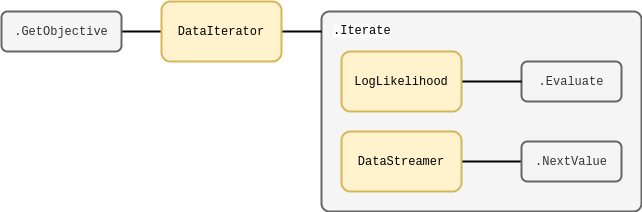
Before: images/chapter-4-learnadex-data-iterator.drawio.png, a diagram exported from draw.io (umbralcalc/worlds-of-observation). Source tidied: cells renumbered, new cells last; positions are measured from the earlier drawing's top-left corner, leaving out a move shared by most shapes.
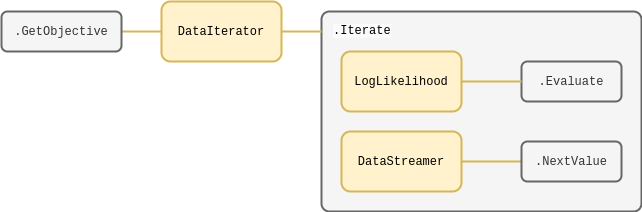
The same file after the commit.

Commit message:
work in progress extending the last bits of chapter 1

Diff of the diagram source:
```diff
@@ -5,10 +5,10 @@
     <mxCell id="2" style="rounded=1;whiteSpace=wrap;html=1;strokeWidth=2;direction=east;arcSize=4;fillColor=#f5f5f5;fontColor=#333333;strokeColor=#666666;" parent="1" vertex="1">
       <mxGeometry x="320" y="10" width="320" height="200" as="geometry" />
     </mxCell>
-    <mxCell id="3" style="edgeStyle=orthogonalEdgeStyle;rounded=0;jettySize=auto;html=1;strokeWidth=2;endArrow=none;endFill=0;" parent="1" edge="1" source="5" target="6">
+    <mxCell id="3" style="edgeStyle=orthogonalEdgeStyle;rounded=0;jettySize=auto;html=1;strokeWidth=2;endArrow=none;endFill=0;fillColor=#fff2cc;strokeColor=#d6b656;" parent="1" edge="1" source="5" target="6">
       <mxGeometry relative="1" as="geometry" />
     </mxCell>
-    <mxCell id="4" style="edgeStyle=orthogonalEdgeStyle;rounded=0;jettySize=auto;html=1;strokeWidth=2;endArrow=none;endFill=0;" parent="1" edge="1" source="5">
+    <mxCell id="4" style="edgeStyle=orthogonalEdgeStyle;rounded=0;jettySize=auto;html=1;strokeWidth=2;endArrow=none;endFill=0;fillColor=#fff2cc;strokeColor=#d6b656;" parent="1" edge="1" source="5">
       <mxGeometry relative="1" as="geometry">
         <mxPoint x="320" y="30" as="targetPoint" />
       </mxGeometry>
@@ -22,13 +22,13 @@
     <mxCell id="7" value="&lt;font face=&quot;Courier New&quot;&gt;.Evaluate&lt;/font&gt;" style="rounded=1;whiteSpace=wrap;html=1;strokeWidth=2;fillColor=#f5f5f5;fontColor=#333333;strokeColor=#666666;" parent="1" vertex="1">
       <mxGeometry x="520" y="60" width="100" height="40" as="geometry" />
     </mxCell>
-    <mxCell id="8" style="edgeStyle=orthogonalEdgeStyle;rounded=0;jettySize=auto;html=1;entryX=0;entryY=0.5;entryDx=0;entryDy=0;strokeWidth=2;endArrow=none;endFill=0;" parent="1" edge="1" source="9" target="7">
+    <mxCell id="8" style="edgeStyle=orthogonalEdgeStyle;rounded=0;jettySize=auto;html=1;entryX=0;entryY=0.5;entryDx=0;entryDy=0;strokeWidth=2;endArrow=none;endFill=0;fillColor=#fff2cc;strokeColor=#d6b656;" parent="1" edge="1" source="9" target="7">
       <mxGeometry relative="1" as="geometry" />
     </mxCell>
     <mxCell id="9" value="&lt;font face=&quot;Courier New&quot;&gt;LogLikelihood&lt;/font&gt;" style="rounded=1;whiteSpace=wrap;html=1;strokeWidth=2;fillColor=#fff2cc;strokeColor=#d6b656;" parent="1" vertex="1">
       <mxGeometry x="340" y="50" width="120" height="60" as="geometry" />
     </mxCell>
-    <mxCell id="10" style="edgeStyle=orthogonalEdgeStyle;rounded=0;jettySize=auto;html=1;entryX=0;entryY=0.5;entryDx=0;entryDy=0;strokeWidth=2;endArrow=none;endFill=0;" parent="1" edge="1" source="11" target="12">
+    <mxCell id="10" style="edgeStyle=orthogonalEdgeStyle;rounded=0;jettySize=auto;html=1;entryX=0;entryY=0.5;entryDx=0;entryDy=0;strokeWidth=2;endArrow=none;endFill=0;fillColor=#fff2cc;strokeColor=#d6b656;" parent="1" edge="1" source="11" target="12">
       <mxGeometry relative="1" as="geometry" />
     </mxCell>
     <mxCell id="11" value="&lt;font face=&quot;Courier New&quot;&gt;DataStreamer&lt;/font&gt;" style="rounded=1;whiteSpace=wrap;html=1;strokeWidth=2;fillColor=#fff2cc;strokeColor=#d6b656;" parent="1" vertex="1">
```
